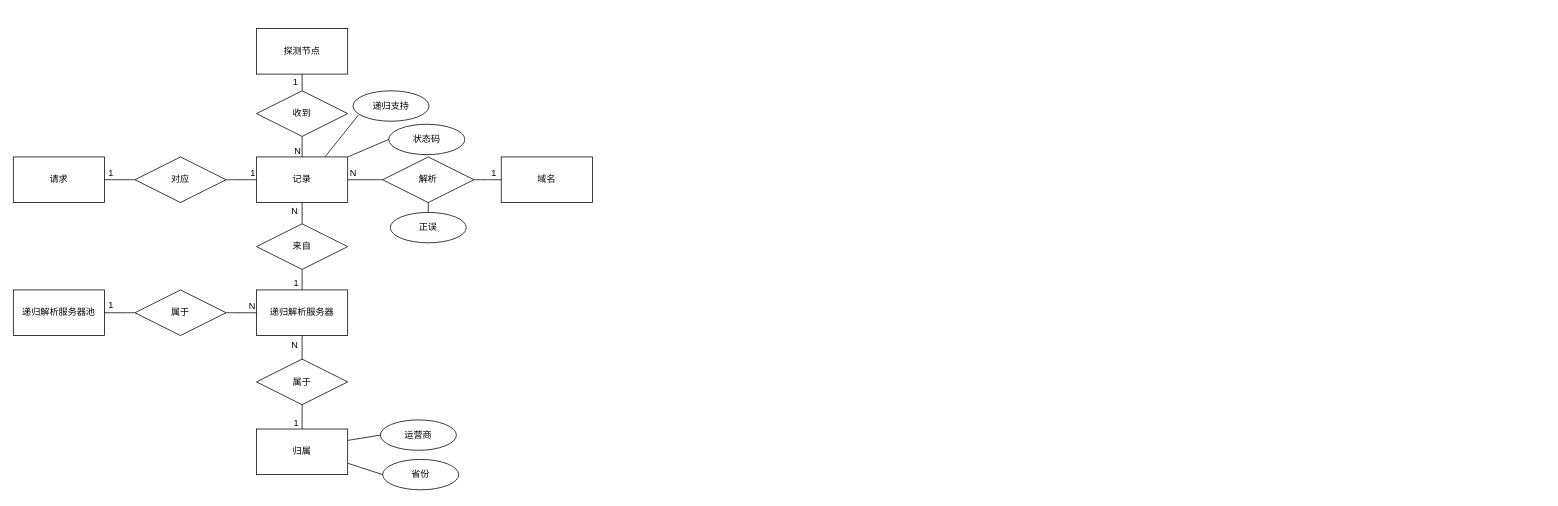
The draw.io diagram 数据库设计.drawio in BoningZ/draw.io, before the edit. Source tidied: cells renumbered, new cells numbered last; positions are measured from the earlier drawing's top-left corner, leaving out a move shared by most shapes. Both pictures are drawn from the tidied source at 76%, with x=0, y=0 at pixel (13, 28).
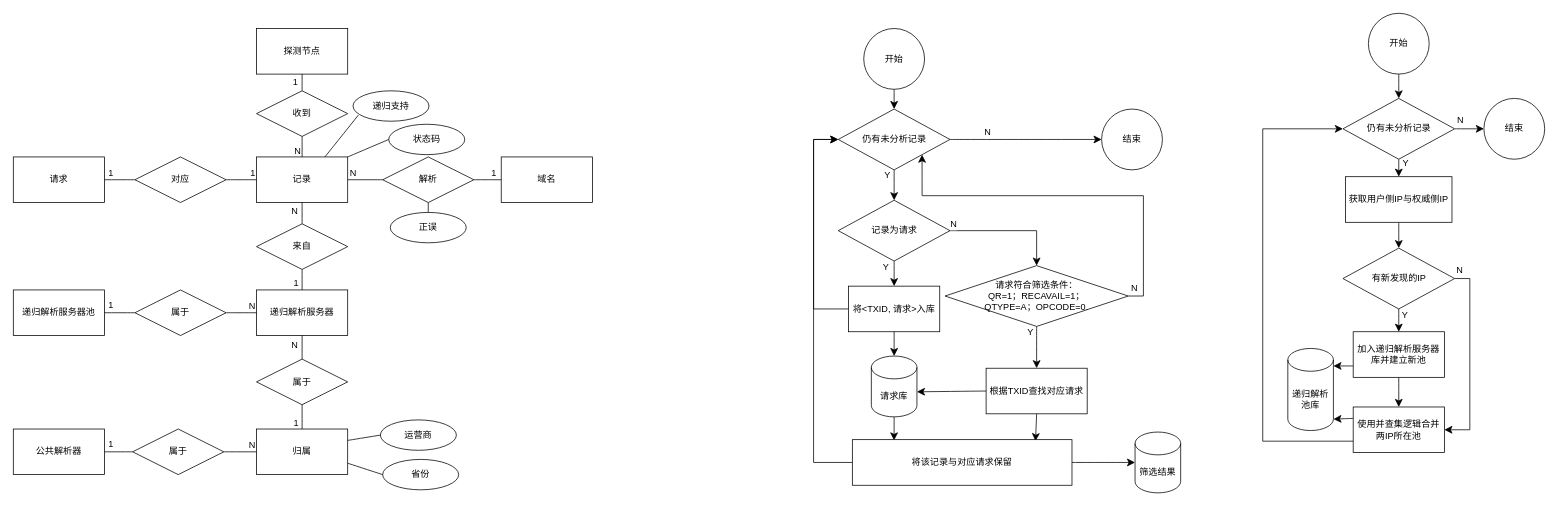
After the change.

Commit message:
更新数据库设计.drawio

Unchanged cells that the change refers to:
```xml
<mxCell id="4" value="归属" style="rounded=0;whiteSpace=wrap;html=1;" parent="1" vertex="1">
  <mxGeometry x="320" y="527" width="120" height="60" as="geometry" />
</mxCell>
```

Change to the diagram source:
```diff
@@
+    <mxCell id="49" value="公共解析器" style="rounded=0;whiteSpace=wrap;html=1;" parent="1" vertex="1">
+      <mxGeometry y="527" width="120" height="60" as="geometry" />
+    </mxCell>
+    <mxCell id="50" value="属于" style="shape=rhombus;perimeter=rhombusPerimeter;whiteSpace=wrap;html=1;align=center;" parent="1" vertex="1">
+      <mxGeometry x="157" y="527" width="120" height="60" as="geometry" />
+    </mxCell>
+    <mxCell id="51" style="endArrow=none;html=1;rounded=0;fontSize=12;startSize=8;endSize=8;curved=1;exitX=1;exitY=0.5;exitDx=0;exitDy=0;entryX=0;entryY=0.5;entryDx=0;entryDy=0;" parent="1" edge="1" source="50" target="4">
+      <mxGeometry relative="1" as="geometry" />
+    </mxCell>
+    <mxCell id="52" value="N" style="html=1;whiteSpace=wrap;align=right;verticalAlign=bottom;" parent="51" vertex="1">
+      <mxGeometry x="1" relative="1" as="geometry" />
+    </mxCell>
+    <mxCell id="53" style="endArrow=none;html=1;rounded=0;fontSize=12;startSize=8;endSize=8;curved=1;exitX=0;exitY=0.5;exitDx=0;exitDy=0;entryX=1;entryY=0.5;entryDx=0;entryDy=0;" parent="1" edge="1" source="50" target="49">
+      <mxGeometry relative="1" as="geometry" />
+    </mxCell>
+    <mxCell id="54" value="1" style="html=1;whiteSpace=wrap;align=right;verticalAlign=bottom;" parent="53" vertex="1">
+      <mxGeometry x="1" relative="1" as="geometry">
+        <mxPoint x="13" y="-2" as="offset" />
+      </mxGeometry>
+    </mxCell>
+    <mxCell id="55" style="edgeStyle=none;curved=1;rounded=0;jettySize=auto;html=1;exitX=0.5;exitY=1;exitDx=0;exitDy=0;entryX=0.5;entryY=0;entryDx=0;entryDy=0;fontSize=12;startSize=8;endSize=8;" parent="1" edge="1" source="56" target="61">
+      <mxGeometry relative="1" as="geometry" />
+    </mxCell>
+    <mxCell id="56" value="开始" style="ellipse;whiteSpace=wrap;html=1;" parent="1" vertex="1">
+      <mxGeometry x="1119" width="80" height="80" as="geometry" />
+    </mxCell>
+    <mxCell id="57" style="edgeStyle=none;curved=1;rounded=0;jettySize=auto;html=1;exitX=0.5;exitY=1;exitDx=0;exitDy=0;fontSize=12;startSize=8;endSize=8;" parent="1" edge="1" source="61" target="66">
+      <mxGeometry relative="1" as="geometry" />
+    </mxCell>
+    <mxCell id="58" value="Y" style="edgeLabel;html=1;align=center;verticalAlign=middle;fontSize=12;" parent="57" vertex="1">
+      <mxGeometry x="-0.45" relative="1" as="geometry">
+        <mxPoint x="-10" y="-5" as="offset" />
+      </mxGeometry>
+    </mxCell>
+    <mxCell id="59" style="edgeStyle=none;curved=1;rounded=0;jettySize=auto;html=1;exitX=1;exitY=0.5;exitDx=0;exitDy=0;entryX=0;entryY=0.5;entryDx=0;entryDy=0;fontSize=12;startSize=8;endSize=8;" parent="1" edge="1" source="61" target="79">
+      <mxGeometry relative="1" as="geometry" />
+    </mxCell>
+    <mxCell id="60" value="N" style="edgeLabel;html=1;align=center;verticalAlign=middle;fontSize=12;" parent="59" vertex="1">
+      <mxGeometry x="-0.48" y="1" relative="1" as="geometry">
+        <mxPoint x="-3" y="-9" as="offset" />
+      </mxGeometry>
+    </mxCell>
+    <mxCell id="61" value="仍有未分析记录" style="rhombus;whiteSpace=wrap;html=1;" parent="1" vertex="1">
+      <mxGeometry x="1085.5" y="106" width="147" height="80" as="geometry" />
+    </mxCell>
+    <mxCell id="62" style="edgeStyle=none;curved=1;rounded=0;jettySize=auto;html=1;exitX=0.5;exitY=1;exitDx=0;exitDy=0;entryX=0.5;entryY=0;entryDx=0;entryDy=0;fontSize=12;startSize=8;endSize=8;" parent="1" edge="1" source="66" target="70">
+      <mxGeometry relative="1" as="geometry" />
+    </mxCell>
+    <mxCell id="63" value="Y" style="edgeLabel;html=1;align=center;verticalAlign=middle;fontSize=12;" parent="62" vertex="1">
+      <mxGeometry x="-0.52" y="-1" relative="1" as="geometry">
+        <mxPoint x="-11" y="-1" as="offset" />
+      </mxGeometry>
+    </mxCell>
+    <mxCell id="64" style="edgeStyle=orthogonalEdgeStyle;rounded=0;jettySize=auto;html=1;exitX=1;exitY=0.5;exitDx=0;exitDy=0;entryX=0.5;entryY=0;entryDx=0;entryDy=0;fontSize=12;startSize=8;endSize=8;" parent="1" edge="1" source="66" target="84">
+      <mxGeometry relative="1" as="geometry" />
+    </mxCell>
+    <mxCell id="65" value="N" style="edgeLabel;html=1;align=center;verticalAlign=middle;fontSize=12;" parent="64" vertex="1">
+      <mxGeometry x="-0.76" relative="1" as="geometry">
+        <mxPoint x="-15" y="-9" as="offset" />
+      </mxGeometry>
+    </mxCell>
+    <mxCell id="66" value="记录为请求" style="rhombus;whiteSpace=wrap;html=1;" parent="1" vertex="1">
+      <mxGeometry x="1085.5" y="226" width="147" height="80" as="geometry" />
+    </mxCell>
+    <mxCell id="67" style="edgeStyle=none;curved=1;rounded=0;jettySize=auto;html=1;exitX=0.5;exitY=1;exitDx=0;exitDy=0;exitPerimeter=0;entryX=0.19;entryY=0.017;entryDx=0;entryDy=0;fontSize=12;startSize=8;endSize=8;entryPerimeter=0;" parent="1" edge="1" source="68" target="76">
+      <mxGeometry relative="1" as="geometry" />
+    </mxCell>
+    <mxCell id="68" value="请求库" style="shape=cylinder3;whiteSpace=wrap;html=1;boundedLbl=1;backgroundOutline=1;size=15;" parent="1" vertex="1">
+      <mxGeometry x="1129" y="431" width="60" height="80" as="geometry" />
+    </mxCell>
+    <mxCell id="69" style="edgeStyle=orthogonalEdgeStyle;rounded=0;jettySize=auto;html=1;exitX=0;exitY=0.5;exitDx=0;exitDy=0;fontSize=12;startSize=8;endSize=8;entryX=0;entryY=0.5;entryDx=0;entryDy=0;" parent="1" edge="1" source="70" target="61">
+      <mxGeometry relative="1" as="geometry">
+        <Array as="points">
+          <mxPoint x="1053" y="369" />
+          <mxPoint x="1053" y="146" />
+        </Array>
+      </mxGeometry>
+    </mxCell>
+    <mxCell id="70" value="将&amp;lt;TXID, 请求&amp;gt;入库" style="rounded=0;whiteSpace=wrap;html=1;" parent="1" vertex="1">
+      <mxGeometry x="1099" y="339" width="120" height="60" as="geometry" />
+    </mxCell>
+    <mxCell id="71" style="edgeStyle=none;curved=1;rounded=0;jettySize=auto;html=1;exitX=0.5;exitY=1;exitDx=0;exitDy=0;entryX=0.5;entryY=0;entryDx=0;entryDy=0;entryPerimeter=0;fontSize=12;startSize=8;endSize=8;" parent="1" edge="1" source="70" target="68">
+      <mxGeometry relative="1" as="geometry" />
+    </mxCell>
+    <mxCell id="72" style="edgeStyle=none;curved=1;rounded=0;jettySize=auto;html=1;exitX=0.5;exitY=1;exitDx=0;exitDy=0;entryX=0.834;entryY=0.033;entryDx=0;entryDy=0;fontSize=12;startSize=8;endSize=8;entryPerimeter=0;" parent="1" edge="1" source="73" target="76">
+      <mxGeometry relative="1" as="geometry" />
+    </mxCell>
+    <mxCell id="73" value="根据TXID查找对应请求" style="rounded=0;whiteSpace=wrap;html=1;" parent="1" vertex="1">
+      <mxGeometry x="1280" y="447" width="133" height="60" as="geometry" />
+    </mxCell>
+    <mxCell id="74" style="edgeStyle=none;curved=1;rounded=0;jettySize=auto;html=1;exitX=0;exitY=0.5;exitDx=0;exitDy=0;entryX=1;entryY=0.588;entryDx=0;entryDy=0;entryPerimeter=0;fontSize=12;startSize=8;endSize=8;" parent="1" edge="1" source="73" target="68">
+      <mxGeometry relative="1" as="geometry" />
+    </mxCell>
+    <mxCell id="75" style="edgeStyle=orthogonalEdgeStyle;rounded=0;jettySize=auto;html=1;exitX=0;exitY=0.5;exitDx=0;exitDy=0;entryX=0;entryY=0.5;entryDx=0;entryDy=0;fontSize=12;startSize=8;endSize=8;" parent="1" edge="1" source="76" target="61">
+      <mxGeometry relative="1" as="geometry">
+        <Array as="points">
+          <mxPoint x="1053" y="571" />
+          <mxPoint x="1053" y="146" />
+        </Array>
+      </mxGeometry>
+    </mxCell>
+    <mxCell id="76" value="将该记录与对应请求保留" style="rounded=0;whiteSpace=wrap;html=1;" parent="1" vertex="1">
+      <mxGeometry x="1104" y="541" width="289" height="60" as="geometry" />
+    </mxCell>
+    <mxCell id="77" value="筛选结果" style="shape=cylinder3;whiteSpace=wrap;html=1;boundedLbl=1;backgroundOutline=1;size=15;" parent="1" vertex="1">
+      <mxGeometry x="1476" y="531" width="60" height="80" as="geometry" />
+    </mxCell>
+    <mxCell id="78" style="edgeStyle=none;curved=1;rounded=0;jettySize=auto;html=1;exitX=1;exitY=0.5;exitDx=0;exitDy=0;entryX=0;entryY=0.5;entryDx=0;entryDy=0;entryPerimeter=0;fontSize=12;startSize=8;endSize=8;" parent="1" edge="1" source="76" target="77">
+      <mxGeometry relative="1" as="geometry" />
+    </mxCell>
+    <mxCell id="79" value="结束" style="ellipse;whiteSpace=wrap;html=1;" parent="1" vertex="1">
+      <mxGeometry x="1432" y="106" width="80" height="80" as="geometry" />
+    </mxCell>
+    <mxCell id="80" style="edgeStyle=none;curved=1;rounded=0;jettySize=auto;html=1;exitX=0.5;exitY=1;exitDx=0;exitDy=0;entryX=0.5;entryY=0;entryDx=0;entryDy=0;fontSize=12;startSize=8;endSize=8;" parent="1" edge="1" source="84" target="73">
+      <mxGeometry relative="1" as="geometry" />
+    </mxCell>
+    <mxCell id="81" value="Y" style="edgeLabel;html=1;align=center;verticalAlign=middle;fontSize=12;" parent="80" vertex="1">
+      <mxGeometry x="-0.56" relative="1" as="geometry">
+        <mxPoint x="-9" y="-5" as="offset" />
+      </mxGeometry>
+    </mxCell>
+    <mxCell id="82" style="edgeStyle=orthogonalEdgeStyle;rounded=0;jettySize=auto;html=1;exitX=1;exitY=0.5;exitDx=0;exitDy=0;fontSize=12;startSize=8;endSize=8;entryX=1;entryY=1;entryDx=0;entryDy=0;" parent="1" edge="1" source="84" target="61">
+      <mxGeometry relative="1" as="geometry">
+        <Array as="points">
+          <mxPoint x="1487" y="352" />
+          <mxPoint x="1487" y="220" />
+          <mxPoint x="1196" y="220" />
+        </Array>
+      </mxGeometry>
+    </mxCell>
+    <mxCell id="83" value="N" style="edgeLabel;html=1;align=center;verticalAlign=middle;fontSize=12;" parent="82" vertex="1">
+      <mxGeometry x="-0.96" y="-1" relative="1" as="geometry">
+        <mxPoint x="-3" y="-12" as="offset" />
+      </mxGeometry>
+    </mxCell>
+    <mxCell id="84" value="请求符合筛选条件：&lt;div&gt;QR=1；RECAVAIL=1；&lt;/div&gt;&lt;div&gt;QTYPE=A；OPCODE=0.&lt;/div&gt;" style="rhombus;whiteSpace=wrap;html=1;" parent="1" vertex="1">
+      <mxGeometry x="1226" y="312" width="241" height="80" as="geometry" />
+    </mxCell>
+    <mxCell id="85" style="edgeStyle=none;curved=1;rounded=0;jettySize=auto;html=1;exitX=0.5;exitY=1;exitDx=0;exitDy=0;fontSize=12;startSize=8;endSize=8;" parent="1" edge="1" source="86" target="91">
+      <mxGeometry relative="1" as="geometry" />
+    </mxCell>
+    <mxCell id="86" value="开始" style="ellipse;whiteSpace=wrap;html=1;" parent="1" vertex="1">
+      <mxGeometry x="1783" y="-20" width="80" height="80" as="geometry" />
+    </mxCell>
+    <mxCell id="87" style="edgeStyle=none;curved=1;rounded=0;jettySize=auto;html=1;exitX=0.5;exitY=1;exitDx=0;exitDy=0;entryX=0.5;entryY=0;entryDx=0;entryDy=0;fontSize=12;startSize=8;endSize=8;" parent="1" edge="1" source="91" target="94">
+      <mxGeometry relative="1" as="geometry" />
+    </mxCell>
+    <mxCell id="88" value="Y" style="edgeLabel;html=1;align=center;verticalAlign=middle;fontSize=12;" parent="87" vertex="1">
+      <mxGeometry x="-0.48" y="-2" relative="1" as="geometry">
+        <mxPoint x="10" y="-2" as="offset" />
+      </mxGeometry>
+    </mxCell>
+    <mxCell id="89" style="edgeStyle=none;curved=1;rounded=0;jettySize=auto;html=1;entryX=0;entryY=0.5;entryDx=0;entryDy=0;fontSize=12;startSize=8;endSize=8;" parent="1" edge="1" target="106">
+      <mxGeometry relative="1" as="geometry">
+        <mxPoint x="1897" y="132" as="sourcePoint" />
+      </mxGeometry>
+    </mxCell>
+    <mxCell id="90" value="N" style="edgeLabel;html=1;align=center;verticalAlign=middle;fontSize=12;" parent="89" vertex="1">
+      <mxGeometry x="-0.37" y="1" relative="1" as="geometry">
+        <mxPoint x="-6" y="-11" as="offset" />
+      </mxGeometry>
+    </mxCell>
+    <mxCell id="91" value="仍有未分析记录" style="rhombus;whiteSpace=wrap;html=1;" parent="1" vertex="1">
+      <mxGeometry x="1749.5" y="92" width="147" height="80" as="geometry" />
+    </mxCell>
+    <mxCell id="92" value="递归解析池库" style="shape=cylinder3;whiteSpace=wrap;html=1;boundedLbl=1;backgroundOutline=1;size=15;" parent="1" vertex="1">
+      <mxGeometry x="1677" y="421" width="60" height="108" as="geometry" />
+    </mxCell>
+    <mxCell id="93" style="edgeStyle=none;curved=1;rounded=0;jettySize=auto;html=1;exitX=0.5;exitY=1;exitDx=0;exitDy=0;entryX=0.5;entryY=0;entryDx=0;entryDy=0;fontSize=12;startSize=8;endSize=8;" parent="1" edge="1" source="94" target="99">
+      <mxGeometry relative="1" as="geometry" />
+    </mxCell>
+    <mxCell id="94" value="获取用户侧IP与权威侧IP" style="rounded=0;whiteSpace=wrap;html=1;" parent="1" vertex="1">
+      <mxGeometry x="1753" y="195" width="140" height="60" as="geometry" />
+    </mxCell>
+    <mxCell id="95" style="edgeStyle=none;curved=1;rounded=0;jettySize=auto;html=1;exitX=0.5;exitY=1;exitDx=0;exitDy=0;entryX=0.5;entryY=0;entryDx=0;entryDy=0;fontSize=12;startSize=8;endSize=8;" parent="1" edge="1" source="99" target="101">
+      <mxGeometry relative="1" as="geometry" />
+    </mxCell>
+    <mxCell id="96" value="Y" style="edgeLabel;html=1;align=center;verticalAlign=middle;fontSize=12;" parent="95" vertex="1">
+      <mxGeometry x="-0.4" relative="1" as="geometry">
+        <mxPoint x="7" y="-2" as="offset" />
+      </mxGeometry>
+    </mxCell>
+    <mxCell id="97" style="edgeStyle=orthogonalEdgeStyle;rounded=0;jettySize=auto;html=1;exitX=1;exitY=0.5;exitDx=0;exitDy=0;entryX=1;entryY=0.5;entryDx=0;entryDy=0;fontSize=12;startSize=8;endSize=8;" parent="1" edge="1" source="99" target="103">
+      <mxGeometry relative="1" as="geometry" />
+    </mxCell>
+    <mxCell id="98" value="N" style="edgeLabel;html=1;align=center;verticalAlign=middle;fontSize=12;" parent="97" vertex="1">
+      <mxGeometry x="-0.95" y="4" relative="1" as="geometry">
+        <mxPoint y="-8" as="offset" />
+      </mxGeometry>
+    </mxCell>
+    <mxCell id="99" value="有新发现的IP" style="rhombus;whiteSpace=wrap;html=1;" parent="1" vertex="1">
+      <mxGeometry x="1749.5" y="289" width="147" height="80" as="geometry" />
+    </mxCell>
+    <mxCell id="100" style="edgeStyle=none;curved=1;rounded=0;jettySize=auto;html=1;exitX=0.5;exitY=1;exitDx=0;exitDy=0;fontSize=12;startSize=8;endSize=8;" parent="1" edge="1" source="101" target="103">
+      <mxGeometry relative="1" as="geometry" />
+    </mxCell>
+    <mxCell id="101" value="加入递归解析服务器库并建立新池" style="rounded=0;whiteSpace=wrap;html=1;" parent="1" vertex="1">
+      <mxGeometry x="1763" y="399" width="120" height="60" as="geometry" />
+    </mxCell>
+    <mxCell id="102" style="edgeStyle=orthogonalEdgeStyle;rounded=0;jettySize=auto;html=1;exitX=0;exitY=0.75;exitDx=0;exitDy=0;entryX=0;entryY=0.5;entryDx=0;entryDy=0;fontSize=12;startSize=8;endSize=8;" parent="1" edge="1" source="103" target="91">
+      <mxGeometry relative="1" as="geometry">
+        <Array as="points">
+          <mxPoint x="1644" y="543" />
+          <mxPoint x="1644" y="132" />
+        </Array>
+      </mxGeometry>
+    </mxCell>
+    <mxCell id="103" value="使用并查集逻辑合并两IP所在池" style="rounded=0;whiteSpace=wrap;html=1;" parent="1" vertex="1">
+      <mxGeometry x="1763" y="498" width="120" height="60" as="geometry" />
+    </mxCell>
+    <mxCell id="104" style="edgeStyle=none;curved=1;rounded=0;jettySize=auto;html=1;exitX=0;exitY=0.75;exitDx=0;exitDy=0;entryX=1;entryY=0.213;entryDx=0;entryDy=0;entryPerimeter=0;fontSize=12;startSize=8;endSize=8;" parent="1" edge="1" source="101" target="92">
+      <mxGeometry relative="1" as="geometry" />
+    </mxCell>
+    <mxCell id="105" style="edgeStyle=none;curved=1;rounded=0;jettySize=auto;html=1;exitX=0;exitY=0.25;exitDx=0;exitDy=0;entryX=1;entryY=1;entryDx=0;entryDy=-15;entryPerimeter=0;fontSize=12;startSize=8;endSize=8;" parent="1" edge="1" source="103" target="92">
+      <mxGeometry relative="1" as="geometry" />
+    </mxCell>
+    <mxCell id="106" value="结束" style="ellipse;whiteSpace=wrap;html=1;" parent="1" vertex="1">
+      <mxGeometry x="1935" y="92" width="80" height="80" as="geometry" />
+    </mxCell>
```
